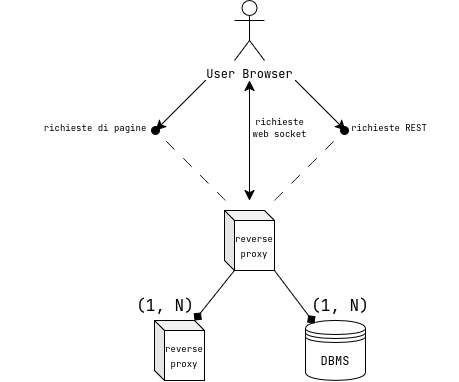
Earlier version of the draw.io export latex/images/deploy-scalabile.png (federicoporpora/studyLink). Source tidied: cells renumbered, new cells last; positions are measured from the earlier drawing's top-left corner, leaving out a move shared by most shapes.
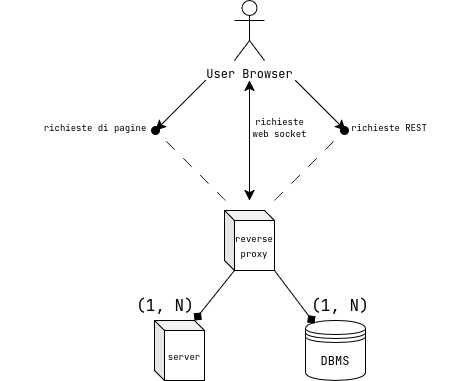
Later version of the same file.

Commit message:
corretto grafico, ops :)

Change to the diagram source:
```diff
@@ -50,7 +50,7 @@
         <mxPoint x="249" y="80" as="targetPoint" />
       </mxGeometry>
     </mxCell>
-    <mxCell id="13" value="&lt;font style=&quot;font-size: 9px;&quot;&gt;reverse proxy&lt;/font&gt;" style="shape=cube;whiteSpace=wrap;html=1;boundedLbl=1;backgroundOutline=1;darkOpacity=0.05;darkOpacity2=0.1;size=10;" parent="1" vertex="1">
+    <mxCell id="13" value="&lt;font style=&quot;font-size: 9px;&quot;&gt;server&lt;/font&gt;" style="shape=cube;whiteSpace=wrap;html=1;boundedLbl=1;backgroundOutline=1;darkOpacity=0.05;darkOpacity2=0.1;size=10;" parent="1" vertex="1">
       <mxGeometry x="154" y="320" width="50" height="60" as="geometry" />
     </mxCell>
     <mxCell id="14" style="edgeStyle=none;curved=1;rounded=0;jettySize=auto;html=1;exitX=1;exitY=1;exitDx=0;exitDy=0;exitPerimeter=0;entryX=0.15;entryY=0.05;entryDx=0;entryDy=0;entryPerimeter=0;fontSize=12;startSize=8;endSize=8;endArrow=diamond;endFill=1;" parent="1" edge="1" source="9" target="8">
```
